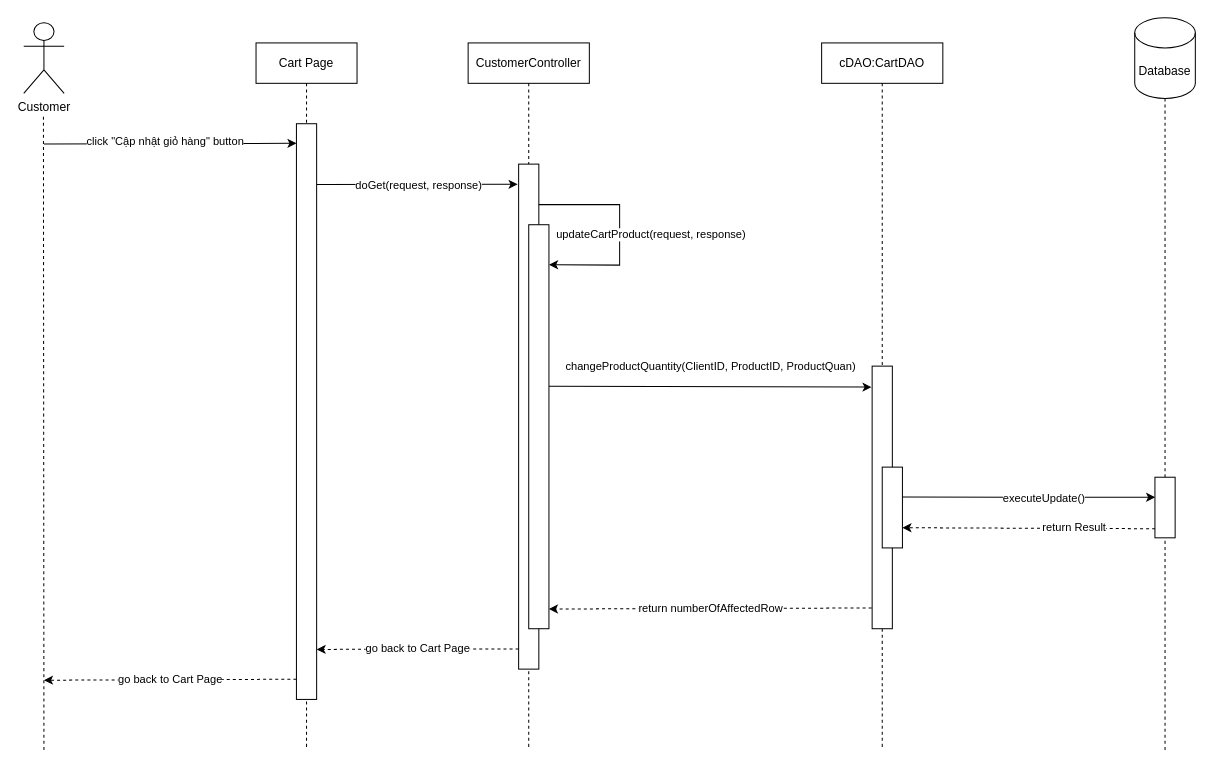
The draw.io diagram document/SDS/4. Update product’s quantity in cart/Sequence_Diagram/UpdateProduct’sQuantityInCartSequenceDiagram.drawio in QuocZuong/perfume-store, before the edit. Source tidied: cells renumbered, new cells numbered last; positions are measured from the earlier drawing's top-left corner, leaving out a move shared by most shapes. Both pictures are drawn from the tidied source at 101%, with x=0, y=0 at pixel (23, 17).
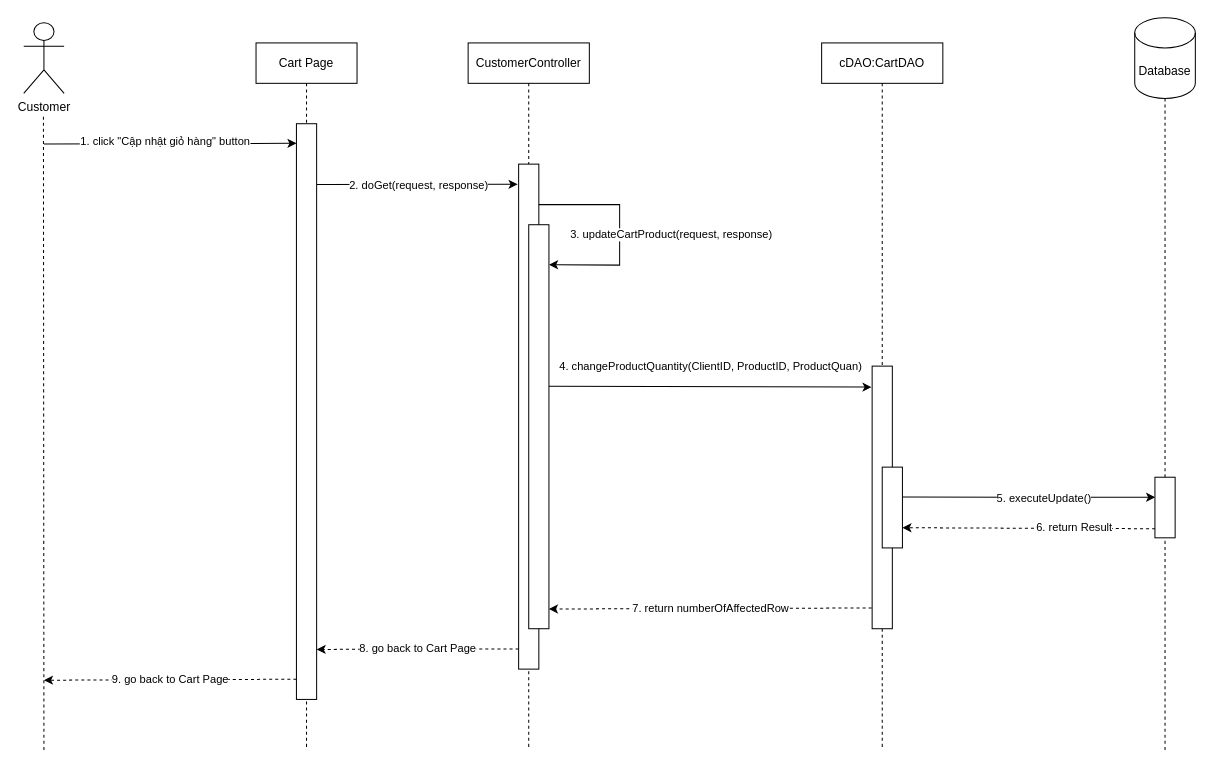
The same diagram, later.

Commit message (it also covers changes not shown here):
fix sequence diagram

Unchanged cells that the change refers to:
```xml
<mxCell id="8" style="endArrow=classic;html=1;rounded=0;entryX=-0.05;entryY=0.024;entryDx=0;entryDy=0;entryPerimeter=0;" parent="1" edge="1">
  <mxGeometry relative="1" as="geometry">
    <mxPoint x="290" y="165.1" as="sourcePoint" />
    <mxPoint x="489" y="165" as="targetPoint" />
  </mxGeometry>
</mxCell>
<mxCell id="10" style="endArrow=classic;html=1;rounded=0;entryX=0.005;entryY=0.034;entryDx=0;entryDy=0;entryPerimeter=0;" parent="1" edge="1" target="15">
  <mxGeometry relative="1" as="geometry">
    <mxPoint x="20" y="125" as="sourcePoint" />
  </mxGeometry>
</mxCell>
<mxCell id="13" style="rounded=0;whiteSpace=wrap;html=1;" parent="1" vertex="1">
  <mxGeometry x="840" y="345" width="20" height="260" as="geometry" />
</mxCell>
<mxCell id="17" style="endArrow=classic;html=1;rounded=0;entryX=1.006;entryY=0.099;entryDx=0;entryDy=0;entryPerimeter=0;" parent="1" edge="1" target="16">
  <mxGeometry relative="1" as="geometry">
    <mxPoint x="510" y="185.1" as="sourcePoint" />
    <Array as="points">
      <mxPoint x="590" y="185" />
      <mxPoint x="590" y="245" />
    </Array>
  </mxGeometry>
</mxCell>
<mxCell id="20" style="rounded=0;whiteSpace=wrap;html=1;" parent="1" vertex="1">
  <mxGeometry x="850" y="445" width="20" height="80" as="geometry" />
</mxCell>
<mxCell id="27" style="rounded=0;whiteSpace=wrap;html=1;" parent="1" vertex="1">
  <mxGeometry x="1120" y="455" width="20" height="60" as="geometry" />
</mxCell>
```

The edit, as a diff of the source:
```diff
@@
-    <mxCell id="9" value="doGet(request, response)" style="edgeLabel;html=1;align=center;verticalAlign=middle;" parent="8" vertex="1">
+    <mxCell id="9" value="2. doGet(request, response)" style="edgeLabel;html=1;align=center;verticalAlign=middle;" parent="8" vertex="1">
       <mxGeometry x="0.09" relative="1" as="geometry">
         <mxPoint x="-7" as="offset" />
       </mxGeometry>
     </mxCell>
@@
-    <mxCell id="11" value="click &quot;Cập nhật giỏ hàng&quot; button" style="edgeLabel;html=1;align=center;verticalAlign=middle;" parent="10" vertex="1">
+    <mxCell id="11" value="1. click &quot;Cập nhật giỏ hàng&quot; button" style="edgeLabel;html=1;align=center;verticalAlign=middle;" parent="10" vertex="1">
       <mxGeometry x="-0.16" y="2" relative="1" as="geometry">
         <mxPoint x="15" as="offset" />
       </mxGeometry>
     </mxCell>
@@
-    <mxCell id="18" value="updateCartProduct(request, response)" style="edgeLabel;html=1;align=center;verticalAlign=middle;" parent="17" vertex="1">
+    <mxCell id="18" value="3. updateCartProduct(request, response)" style="edgeLabel;html=1;align=center;verticalAlign=middle;" parent="17" vertex="1">
       <mxGeometry x="0.09" relative="1" as="geometry">
-        <mxPoint x="30" y="-4" as="offset" />
+        <mxPoint x="50" y="-4" as="offset" />
       </mxGeometry>
     </mxCell>
-    <mxCell id="19" value="changeProductQuantity(ClientID, ProductID, ProductQuan)" style="endArrow=classic;html=1;rounded=0;exitX=1.033;exitY=0.265;exitDx=0;exitDy=0;exitPerimeter=0;entryX=-0.029;entryY=0.08;entryDx=0;entryDy=0;entryPerimeter=0;" parent="1" edge="1" target="13">
+    <mxCell id="19" value="4. changeProductQuantity(ClientID, ProductID, ProductQuan)" style="endArrow=classic;html=1;rounded=0;exitX=1.033;exitY=0.265;exitDx=0;exitDy=0;exitPerimeter=0;entryX=-0.029;entryY=0.08;entryDx=0;entryDy=0;entryPerimeter=0;" parent="1" edge="1" target="13">
       <mxGeometry y="20" relative="1" as="geometry">
         <mxPoint x="520" y="365" as="sourcePoint" />
       </mxGeometry>
     </mxCell>
@@
-    <mxCell id="21" value="return numberOfAffectedRow" style="endArrow=classic;html=1;rounded=0;dashed=1;exitX=-0.022;exitY=0.921;exitDx=0;exitDy=0;exitPerimeter=0;" parent="1" edge="1" source="13">
+    <mxCell id="21" value="7. return numberOfAffectedRow" style="endArrow=classic;html=1;rounded=0;dashed=1;exitX=-0.022;exitY=0.921;exitDx=0;exitDy=0;exitPerimeter=0;" parent="1" edge="1" source="13">
       <mxGeometry relative="1" as="geometry">
         <mxPoint x="520" y="585.5" as="targetPoint" />
       </mxGeometry>
     </mxCell>
-    <mxCell id="22" value="go back to Cart Page" style="endArrow=classic;html=1;rounded=0;dashed=1;exitX=0.005;exitY=0.82;exitDx=0;exitDy=0;exitPerimeter=0;" parent="1" edge="1">
+    <mxCell id="22" value="8. go back to Cart Page" style="endArrow=classic;html=1;rounded=0;dashed=1;exitX=0.005;exitY=0.82;exitDx=0;exitDy=0;exitPerimeter=0;" parent="1" edge="1">
       <mxGeometry relative="1" as="geometry">
         <mxPoint x="490" y="625" as="sourcePoint" />
         <mxPoint x="290" y="625.5" as="targetPoint" />
       </mxGeometry>
     </mxCell>
-    <mxCell id="23" value="executeUpdate()" style="endArrow=classic;html=1;rounded=0;exitX=0.984;exitY=0.371;exitDx=0;exitDy=0;exitPerimeter=0;entryX=0.011;entryY=0.33;entryDx=0;entryDy=0;entryPerimeter=0;" parent="1" edge="1" source="20" target="27">
+    <mxCell id="23" value="5. executeUpdate()" style="endArrow=classic;html=1;rounded=0;exitX=0.984;exitY=0.371;exitDx=0;exitDy=0;exitPerimeter=0;entryX=0.011;entryY=0.33;entryDx=0;entryDy=0;entryPerimeter=0;" parent="1" edge="1" source="20" target="27">
       <mxGeometry x="0.12" y="-1" relative="1" as="geometry" />
     </mxCell>
-    <mxCell id="24" value="return Result" style="endArrow=classic;html=1;rounded=0;dashed=1;exitX=0.012;exitY=0.85;exitDx=0;exitDy=0;exitPerimeter=0;entryX=1;entryY=0.75;entryDx=0;entryDy=0;" parent="1" edge="1" source="27" target="20">
+    <mxCell id="24" value="6. return Result" style="endArrow=classic;html=1;rounded=0;dashed=1;exitX=0.012;exitY=0.85;exitDx=0;exitDy=0;exitPerimeter=0;entryX=1;entryY=0.75;entryDx=0;entryDy=0;" parent="1" edge="1" source="27" target="20">
       <mxGeometry x="-0.36" y="-1" relative="1" as="geometry" />
     </mxCell>
-    <mxCell id="25" value="go back to Cart Page" style="endArrow=classic;html=1;rounded=0;dashed=1;exitX=0.005;exitY=0.82;exitDx=0;exitDy=0;exitPerimeter=0;" parent="1" edge="1">
+    <mxCell id="25" value="9. go back to Cart Page" style="endArrow=classic;html=1;rounded=0;dashed=1;exitX=0.005;exitY=0.82;exitDx=0;exitDy=0;exitPerimeter=0;" parent="1" edge="1">
       <mxGeometry relative="1" as="geometry">
         <mxPoint x="270" y="655" as="sourcePoint" />
         <mxPoint x="20" y="656" as="targetPoint" />
       </mxGeometry>
     </mxCell>
```
